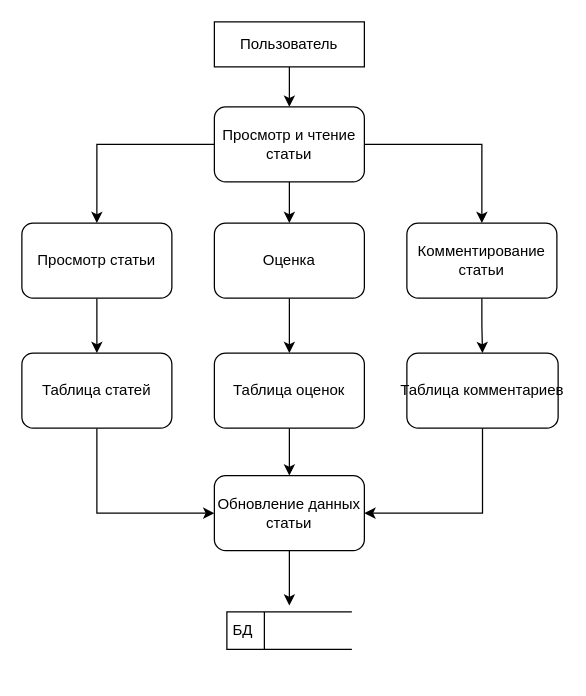
The draw.io diagram потоков.drawio in Tunez666/hsr, before the edit. Source tidied: cells renumbered, new cells numbered last; positions are measured from the earlier drawing's top-left corner, leaving out a move shared by most shapes. Both pictures are drawn from the tidied source at 125%, with x=0, y=0 at pixel (21, 21).
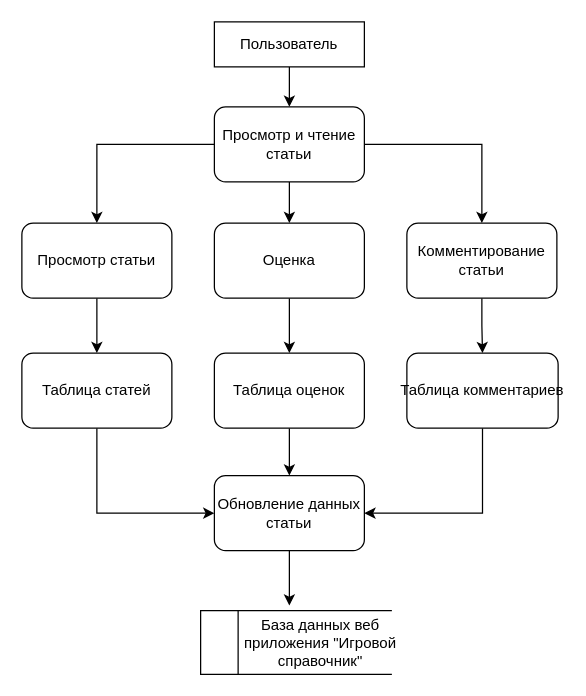
The same page after the edit.

Change to the diagram source:
```diff
@@
-    <mxCell id="22" value="БД&amp;nbsp;" style="html=1;dashed=0;whiteSpace=wrap;shape=mxgraph.dfd.dataStoreID;align=left;spacingLeft=3;" parent="1" vertex="1">
-      <mxGeometry x="164" y="472" width="100" height="30" as="geometry" />
+    <mxCell id="22" style="html=1;dashed=0;whiteSpace=wrap;shape=mxgraph.dfd.dataStoreID;align=left;spacingLeft=3;" parent="1" vertex="1">
+      <mxGeometry x="143" y="471" width="153" height="51" as="geometry" />
     </mxCell>
+    <mxCell id="23" value="База данных веб приложения &quot;Игровой справочник&quot;" style="text;html=1;whiteSpace=wrap;strokeColor=none;fillColor=none;align=center;verticalAlign=middle;rounded=0;" parent="1" vertex="1">
+      <mxGeometry x="168.5" y="481.5" width="139.5" height="30" as="geometry" />
+    </mxCell>
```
